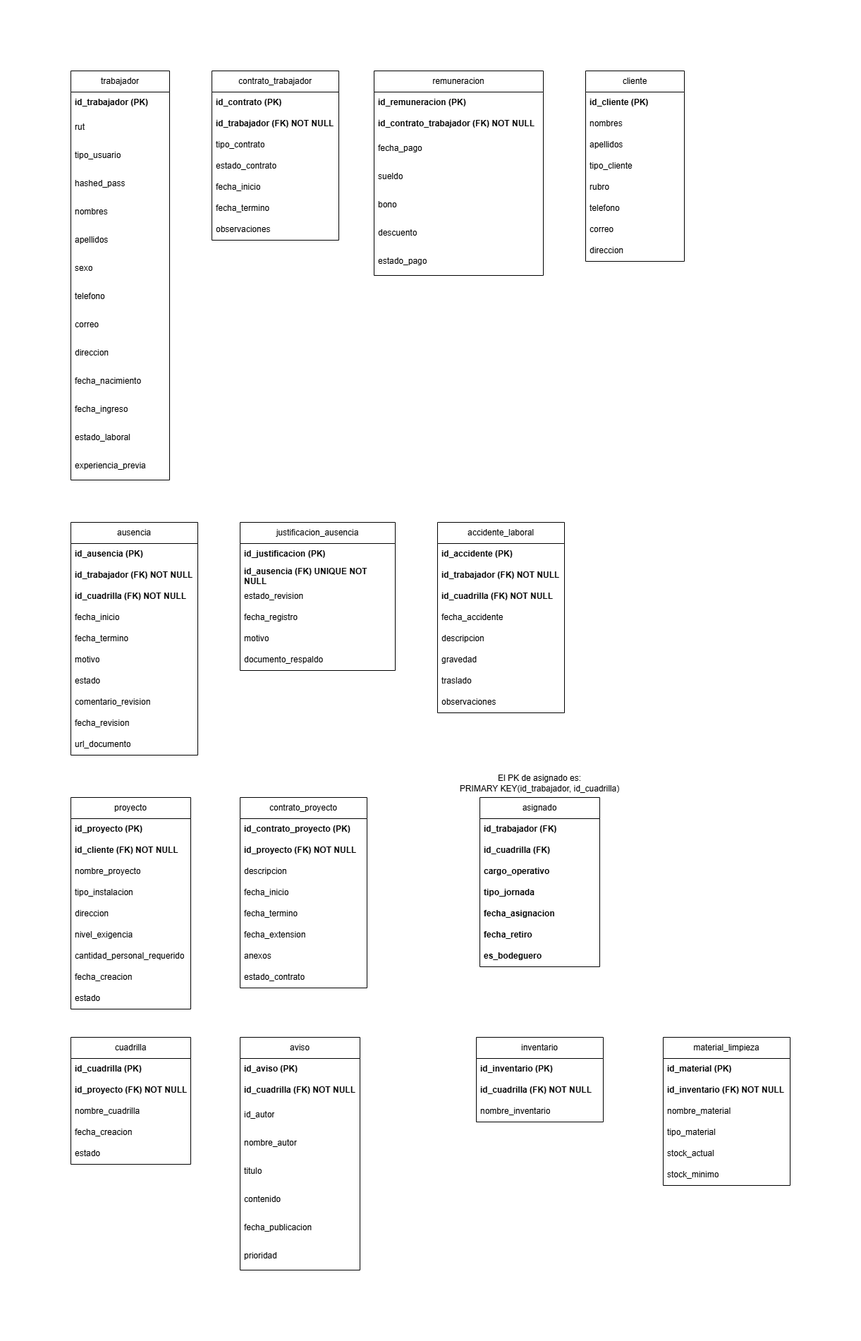
Earlier version of the draw.io export modelos/Modelo-Relacional.png (Pablo-Saave/Proyecto-Ingenieria-Software). Source tidied: cells renumbered, new cells last; positions are measured from the earlier drawing's top-left corner, leaving out a move shared by most shapes.
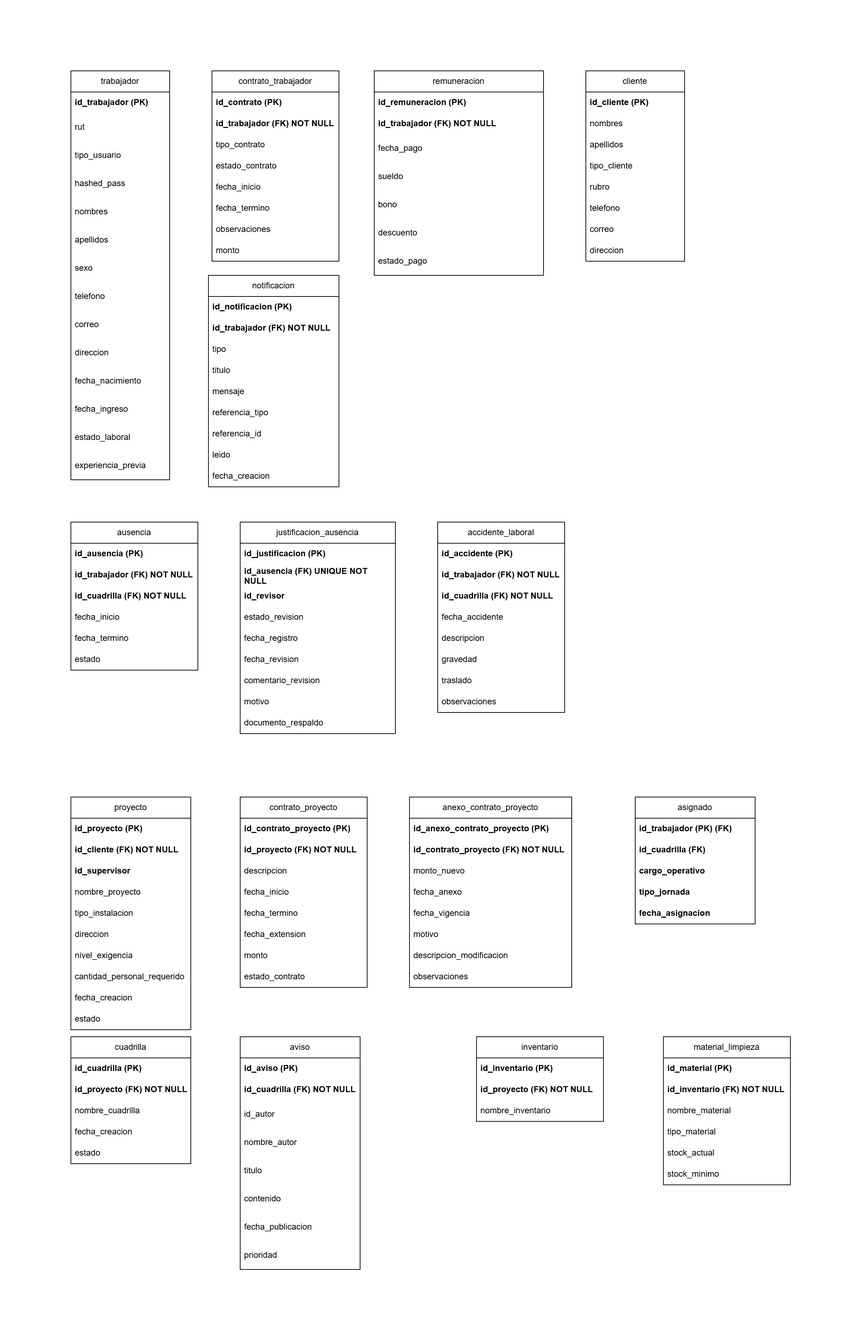
The same diagram one commit later.

What changed in the source:
```diff
@@ -50,3 +50,3 @@
     <mxCell id="17" value="contrato_trabajador" style="swimlane;fontStyle=0;horizontal=1;startSize=30;whiteSpace=wrap;html=1;" parent="1" vertex="1">
-      <mxGeometry x="200" width="180" height="240" as="geometry" />
+      <mxGeometry x="200" width="180" height="270" as="geometry" />
     </mxCell>
@@ -73,2 +73,5 @@
     </mxCell>
+    <mxCell id="123" value="monto" style="text;strokeColor=none;fillColor=none;align=left;verticalAlign=middle;spacingLeft=4;spacingRight=4;overflow=hidden;whiteSpace=wrap;html=1;" parent="17" vertex="1">
+      <mxGeometry y="240" width="180" height="30" as="geometry" />
+    </mxCell>
     <mxCell id="25" value="remuneracion" style="swimlane;fontStyle=0;horizontal=1;startSize=30;whiteSpace=wrap;html=1;" parent="1" vertex="1">
@@ -79,3 +82,3 @@
     </mxCell>
-    <mxCell id="27" value="id_contrato_trabajador (FK) NOT NULL" style="text;strokeColor=none;fillColor=none;align=left;verticalAlign=middle;spacingLeft=4;spacingRight=4;overflow=hidden;whiteSpace=wrap;html=1;fontStyle=1;" parent="25" vertex="1">
+    <mxCell id="27" value="id_trabajador (FK) NOT NULL" style="text;strokeColor=none;fillColor=none;align=left;verticalAlign=middle;spacingLeft=4;spacingRight=4;overflow=hidden;whiteSpace=wrap;html=1;fontStyle=1;" parent="25" vertex="1">
       <mxGeometry y="60" width="240" height="30" as="geometry" />
@@ -98,3 +101,3 @@
     <mxCell id="33" value="ausencia" style="swimlane;fontStyle=0;horizontal=1;startSize=30;whiteSpace=wrap;html=1;" parent="1" vertex="1">
-      <mxGeometry y="640" width="180" height="330" as="geometry" />
+      <mxGeometry y="640" width="180" height="210" as="geometry" />
     </mxCell>
@@ -115,19 +118,7 @@
     </mxCell>
-    <mxCell id="39" value="motivo" style="text;strokeColor=none;fillColor=none;align=left;verticalAlign=middle;spacingLeft=4;spacingRight=4;overflow=hidden;whiteSpace=wrap;html=1;" parent="33" vertex="1">
-      <mxGeometry y="180" width="180" height="30" as="geometry" />
-    </mxCell>
     <mxCell id="40" value="estado" style="text;strokeColor=none;fillColor=none;align=left;verticalAlign=middle;spacingLeft=4;spacingRight=4;overflow=hidden;whiteSpace=wrap;html=1;" parent="33" vertex="1">
-      <mxGeometry y="210" width="180" height="30" as="geometry" />
+      <mxGeometry y="180" width="180" height="30" as="geometry" />
     </mxCell>
-    <mxCell id="41" value="comentario_revision" style="text;strokeColor=none;fillColor=none;align=left;verticalAlign=middle;spacingLeft=4;spacingRight=4;overflow=hidden;whiteSpace=wrap;html=1;" parent="33" vertex="1">
-      <mxGeometry y="240" width="180" height="30" as="geometry" />
-    </mxCell>
-    <mxCell id="42" value="fecha_revision" style="text;strokeColor=none;fillColor=none;align=left;verticalAlign=middle;spacingLeft=4;spacingRight=4;overflow=hidden;whiteSpace=wrap;html=1;" parent="33" vertex="1">
-      <mxGeometry y="270" width="180" height="30" as="geometry" />
-    </mxCell>
-    <mxCell id="43" value="url_documento" style="text;strokeColor=none;fillColor=none;align=left;verticalAlign=middle;spacingLeft=4;spacingRight=4;overflow=hidden;whiteSpace=wrap;html=1;" parent="33" vertex="1">
-      <mxGeometry y="300" width="180" height="30" as="geometry" />
-    </mxCell>
     <mxCell id="44" value="justificacion_ausencia" style="swimlane;fontStyle=0;horizontal=1;startSize=30;whiteSpace=wrap;html=1;" parent="1" vertex="1">
-      <mxGeometry x="240" y="640" width="220" height="210" as="geometry" />
+      <mxGeometry x="240" y="640" width="220" height="300" as="geometry" />
     </mxCell>
@@ -139,13 +130,22 @@
     </mxCell>
+    <mxCell id="124" value="id_revisor" style="text;strokeColor=none;fillColor=none;align=left;verticalAlign=middle;spacingLeft=4;spacingRight=4;overflow=hidden;whiteSpace=wrap;html=1;fontStyle=1;" parent="44" vertex="1">
+      <mxGeometry y="90" width="220" height="30" as="geometry" />
+    </mxCell>
     <mxCell id="47" value="estado_revision" style="text;strokeColor=none;fillColor=none;align=left;verticalAlign=middle;spacingLeft=4;spacingRight=4;overflow=hidden;whiteSpace=wrap;html=1;" parent="44" vertex="1">
-      <mxGeometry y="90" width="220" height="30" as="geometry" />
+      <mxGeometry y="120" width="220" height="30" as="geometry" />
     </mxCell>
     <mxCell id="48" value="fecha_registro" style="text;strokeColor=none;fillColor=none;align=left;verticalAlign=middle;spacingLeft=4;spacingRight=4;overflow=hidden;whiteSpace=wrap;html=1;" parent="44" vertex="1">
-      <mxGeometry y="120" width="220" height="30" as="geometry" />
+      <mxGeometry y="150" width="220" height="30" as="geometry" />
     </mxCell>
+    <mxCell id="42" value="fecha_revision" style="text;strokeColor=none;fillColor=none;align=left;verticalAlign=middle;spacingLeft=4;spacingRight=4;overflow=hidden;whiteSpace=wrap;html=1;" parent="44" vertex="1">
+      <mxGeometry y="180" width="220" height="30" as="geometry" />
+    </mxCell>
+    <mxCell id="41" value="comentario_revision" style="text;strokeColor=none;fillColor=none;align=left;verticalAlign=middle;spacingLeft=4;spacingRight=4;overflow=hidden;whiteSpace=wrap;html=1;" parent="44" vertex="1">
+      <mxGeometry y="210" width="220" height="30" as="geometry" />
+    </mxCell>
     <mxCell id="49" value="motivo" style="text;strokeColor=none;fillColor=none;align=left;verticalAlign=middle;spacingLeft=4;spacingRight=4;overflow=hidden;whiteSpace=wrap;html=1;" parent="44" vertex="1">
-      <mxGeometry y="150" width="220" height="30" as="geometry" />
+      <mxGeometry y="240" width="220" height="30" as="geometry" />
     </mxCell>
     <mxCell id="50" value="documento_respaldo" style="text;strokeColor=none;fillColor=none;align=left;verticalAlign=middle;spacingLeft=4;spacingRight=4;overflow=hidden;whiteSpace=wrap;html=1;" parent="44" vertex="1">
-      <mxGeometry y="180" width="220" height="30" as="geometry" />
+      <mxGeometry y="270" width="220" height="30" as="geometry" />
     </mxCell>
@@ -179,3 +179,3 @@
     <mxCell id="60" value="proyecto" style="swimlane;fontStyle=0;horizontal=1;startSize=30;whiteSpace=wrap;html=1;" parent="1" vertex="1">
-      <mxGeometry y="1030" width="170" height="300" as="geometry" />
+      <mxGeometry y="1030" width="170" height="330" as="geometry" />
     </mxCell>
@@ -187,22 +187,25 @@
     </mxCell>
+    <mxCell id="125" value="id_supervisor" style="text;strokeColor=none;fillColor=none;align=left;verticalAlign=middle;spacingLeft=4;spacingRight=4;overflow=hidden;whiteSpace=wrap;html=1;fontStyle=1;" parent="60" vertex="1">
+      <mxGeometry y="90" width="170" height="30" as="geometry" />
+    </mxCell>
     <mxCell id="63" value="nombre_proyecto" style="text;strokeColor=none;fillColor=none;align=left;verticalAlign=middle;spacingLeft=4;spacingRight=4;overflow=hidden;whiteSpace=wrap;html=1;" parent="60" vertex="1">
-      <mxGeometry y="90" width="170" height="30" as="geometry" />
+      <mxGeometry y="120" width="170" height="30" as="geometry" />
     </mxCell>
     <mxCell id="64" value="tipo_instalacion" style="text;strokeColor=none;fillColor=none;align=left;verticalAlign=middle;spacingLeft=4;spacingRight=4;overflow=hidden;whiteSpace=wrap;html=1;" parent="60" vertex="1">
-      <mxGeometry y="120" width="170" height="30" as="geometry" />
+      <mxGeometry y="150" width="170" height="30" as="geometry" />
     </mxCell>
     <mxCell id="65" value="direccion" style="text;strokeColor=none;fillColor=none;align=left;verticalAlign=middle;spacingLeft=4;spacingRight=4;overflow=hidden;whiteSpace=wrap;html=1;" parent="60" vertex="1">
-      <mxGeometry y="150" width="170" height="30" as="geometry" />
+      <mxGeometry y="180" width="170" height="30" as="geometry" />
     </mxCell>
     <mxCell id="66" value="nivel_exigencia" style="text;strokeColor=none;fillColor=none;align=left;verticalAlign=middle;spacingLeft=4;spacingRight=4;overflow=hidden;whiteSpace=wrap;html=1;" parent="60" vertex="1">
-      <mxGeometry y="180" width="170" height="30" as="geometry" />
+      <mxGeometry y="210" width="170" height="30" as="geometry" />
     </mxCell>
     <mxCell id="67" value="cantidad_personal_requerido" style="text;strokeColor=none;fillColor=none;align=left;verticalAlign=middle;spacingLeft=4;spacingRight=4;overflow=hidden;whiteSpace=wrap;html=1;" parent="60" vertex="1">
-      <mxGeometry y="210" width="170" height="30" as="geometry" />
+      <mxGeometry y="240" width="170" height="30" as="geometry" />
     </mxCell>
     <mxCell id="68" value="fecha_creacion" style="text;strokeColor=none;fillColor=none;align=left;verticalAlign=middle;spacingLeft=4;spacingRight=4;overflow=hidden;whiteSpace=wrap;html=1;" parent="60" vertex="1">
-      <mxGeometry y="240" width="170" height="30" as="geometry" />
+      <mxGeometry y="270" width="170" height="30" as="geometry" />
     </mxCell>
     <mxCell id="69" value="estado" style="text;strokeColor=none;fillColor=none;align=left;verticalAlign=middle;spacingLeft=4;spacingRight=4;overflow=hidden;whiteSpace=wrap;html=1;" parent="60" vertex="1">
-      <mxGeometry y="270" width="170" height="30" as="geometry" />
+      <mxGeometry y="300" width="170" height="30" as="geometry" />
     </mxCell>
@@ -229,3 +232,3 @@
     </mxCell>
-    <mxCell id="77" value="anexos" style="text;strokeColor=none;fillColor=none;align=left;verticalAlign=middle;spacingLeft=4;spacingRight=4;overflow=hidden;whiteSpace=wrap;html=1;" parent="70" vertex="1">
+    <mxCell id="77" value="monto" style="text;strokeColor=none;fillColor=none;align=left;verticalAlign=middle;spacingLeft=4;spacingRight=4;overflow=hidden;whiteSpace=wrap;html=1;" parent="70" vertex="1">
       <mxGeometry y="210" width="180" height="30" as="geometry" />
@@ -281,5 +284,5 @@
     <mxCell id="94" value="asignado" style="swimlane;fontStyle=0;horizontal=1;startSize=30;whiteSpace=wrap;html=1;" parent="1" vertex="1">
-      <mxGeometry x="580" y="1030" width="170" height="240" as="geometry" />
+      <mxGeometry x="800" y="1030" width="170" height="180" as="geometry" />
     </mxCell>
-    <mxCell id="95" value="id_trabajador (FK)" style="text;strokeColor=none;fillColor=none;align=left;verticalAlign=middle;spacingLeft=4;spacingRight=4;overflow=hidden;whiteSpace=wrap;html=1;fontStyle=1;" parent="94" vertex="1">
+    <mxCell id="95" value="id_trabajador (PK) (FK)" style="text;strokeColor=none;fillColor=none;align=left;verticalAlign=middle;spacingLeft=4;spacingRight=4;overflow=hidden;whiteSpace=wrap;html=1;fontStyle=1;" parent="94" vertex="1">
       <mxGeometry y="30" width="170" height="30" as="geometry" />
@@ -298,11 +301,2 @@
     </mxCell>
-    <mxCell id="100" value="fecha_retiro" style="text;strokeColor=none;fillColor=none;align=left;verticalAlign=middle;spacingLeft=4;spacingRight=4;overflow=hidden;whiteSpace=wrap;html=1;fontStyle=1;" parent="94" vertex="1">
-      <mxGeometry y="180" width="170" height="30" as="geometry" />
-    </mxCell>
-    <mxCell id="101" value="es_bodeguero" style="text;strokeColor=none;fillColor=none;align=left;verticalAlign=middle;spacingLeft=4;spacingRight=4;overflow=hidden;whiteSpace=wrap;html=1;fontStyle=1;" parent="94" vertex="1">
-      <mxGeometry y="210" width="170" height="30" as="geometry" />
-    </mxCell>
-    <mxCell id="102" value="El PK de asignado es:&lt;div&gt;&lt;span class=&quot;ͼg&quot;&gt;PRIMARY&lt;/span&gt; &lt;span class=&quot;ͼg&quot;&gt;KEY&lt;/span&gt;(id_trabajador, id_cuadrilla)&lt;/div&gt;" style="text;html=1;whiteSpace=wrap;strokeColor=none;fillColor=none;align=center;verticalAlign=middle;rounded=0;" parent="1" vertex="1">
-      <mxGeometry x="495" y="980" width="340" height="60" as="geometry" />
-    </mxCell>
     <mxCell id="103" value="inventario" style="swimlane;fontStyle=0;horizontal=1;startSize=30;whiteSpace=wrap;html=1;" parent="1" vertex="1">
@@ -313,3 +307,3 @@
     </mxCell>
-    <mxCell id="105" value="id_cuadrilla (FK) NOT NULL" style="text;strokeColor=none;fillColor=none;align=left;verticalAlign=middle;spacingLeft=4;spacingRight=4;overflow=hidden;whiteSpace=wrap;html=1;fontStyle=1;" parent="103" vertex="1">
+    <mxCell id="105" value="id_proyecto (FK) NOT NULL" style="text;strokeColor=none;fillColor=none;align=left;verticalAlign=middle;spacingLeft=4;spacingRight=4;overflow=hidden;whiteSpace=wrap;html=1;fontStyle=1;" parent="103" vertex="1">
       <mxGeometry y="60" width="180" height="30" as="geometry" />
@@ -367,2 +361,59 @@
     </mxCell>
+    <mxCell id="126" value="notificacion" style="swimlane;fontStyle=0;horizontal=1;startSize=30;whiteSpace=wrap;html=1;" parent="1" vertex="1">
+      <mxGeometry x="195" y="290" width="185" height="300" as="geometry" />
+    </mxCell>
+    <mxCell id="127" value="id_notificacion (PK)" style="text;strokeColor=none;fillColor=none;align=left;verticalAlign=middle;spacingLeft=4;spacingRight=4;overflow=hidden;whiteSpace=wrap;html=1;fontStyle=1;" parent="126" vertex="1">
+      <mxGeometry y="30" width="185" height="30" as="geometry" />
+    </mxCell>
+    <mxCell id="128" value="id_trabajador (FK) NOT NULL" style="text;strokeColor=none;fillColor=none;align=left;verticalAlign=middle;spacingLeft=4;spacingRight=4;overflow=hidden;whiteSpace=wrap;html=1;fontStyle=1;" parent="126" vertex="1">
+      <mxGeometry y="60" width="185" height="30" as="geometry" />
+    </mxCell>
+    <mxCell id="129" value="tipo" style="text;strokeColor=none;fillColor=none;align=left;verticalAlign=middle;spacingLeft=4;spacingRight=4;overflow=hidden;whiteSpace=wrap;html=1;" parent="126" vertex="1">
+      <mxGeometry y="90" width="185" height="30" as="geometry" />
+    </mxCell>
+    <mxCell id="130" value="titulo" style="text;strokeColor=none;fillColor=none;align=left;verticalAlign=middle;spacingLeft=4;spacingRight=4;overflow=hidden;whiteSpace=wrap;html=1;" parent="126" vertex="1">
+      <mxGeometry y="120" width="185" height="30" as="geometry" />
+    </mxCell>
+    <mxCell id="131" value="mensaje" style="text;strokeColor=none;fillColor=none;align=left;verticalAlign=middle;spacingLeft=4;spacingRight=4;overflow=hidden;whiteSpace=wrap;html=1;" parent="126" vertex="1">
+      <mxGeometry y="150" width="185" height="30" as="geometry" />
+    </mxCell>
+    <mxCell id="132" value="referencia_tipo" style="text;strokeColor=none;fillColor=none;align=left;verticalAlign=middle;spacingLeft=4;spacingRight=4;overflow=hidden;whiteSpace=wrap;html=1;" parent="126" vertex="1">
+      <mxGeometry y="180" width="185" height="30" as="geometry" />
+    </mxCell>
+    <mxCell id="133" value="referencia_id" style="text;strokeColor=none;fillColor=none;align=left;verticalAlign=middle;spacingLeft=4;spacingRight=4;overflow=hidden;whiteSpace=wrap;html=1;" parent="126" vertex="1">
+      <mxGeometry y="210" width="185" height="30" as="geometry" />
+    </mxCell>
+    <mxCell id="134" value="leido" style="text;strokeColor=none;fillColor=none;align=left;verticalAlign=middle;spacingLeft=4;spacingRight=4;overflow=hidden;whiteSpace=wrap;html=1;" parent="126" vertex="1">
+      <mxGeometry y="240" width="185" height="30" as="geometry" />
+    </mxCell>
+    <mxCell id="135" value="fecha_creacion" style="text;strokeColor=none;fillColor=none;align=left;verticalAlign=middle;spacingLeft=4;spacingRight=4;overflow=hidden;whiteSpace=wrap;html=1;" parent="126" vertex="1">
+      <mxGeometry y="270" width="185" height="30" as="geometry" />
+    </mxCell>
+    <mxCell id="136" value="anexo_contrato_proyecto" style="swimlane;fontStyle=0;horizontal=1;startSize=30;whiteSpace=wrap;html=1;" parent="1" vertex="1">
+      <mxGeometry x="480" y="1030" width="230" height="270" as="geometry" />
+    </mxCell>
+    <mxCell id="137" value="id_anexo_contrato_proyecto (PK)" style="text;strokeColor=none;fillColor=none;align=left;verticalAlign=middle;spacingLeft=4;spacingRight=4;overflow=hidden;whiteSpace=wrap;html=1;fontStyle=1;" parent="136" vertex="1">
+      <mxGeometry y="30" width="230" height="30" as="geometry" />
+    </mxCell>
+    <mxCell id="138" value="id_contrato_proyecto (FK) NOT NULL" style="text;strokeColor=none;fillColor=none;align=left;verticalAlign=middle;spacingLeft=4;spacingRight=4;overflow=hidden;whiteSpace=wrap;html=1;fontStyle=1;" parent="136" vertex="1">
+      <mxGeometry y="60" width="230" height="30" as="geometry" />
+    </mxCell>
+    <mxCell id="139" value="monto_nuevo" style="text;strokeColor=none;fillColor=none;align=left;verticalAlign=middle;spacingLeft=4;spacingRight=4;overflow=hidden;whiteSpace=wrap;html=1;" parent="136" vertex="1">
+      <mxGeometry y="90" width="230" height="30" as="geometry" />
+    </mxCell>
+    <mxCell id="140" value="fecha_anexo" style="text;strokeColor=none;fillColor=none;align=left;verticalAlign=middle;spacingLeft=4;spacingRight=4;overflow=hidden;whiteSpace=wrap;html=1;" parent="136" vertex="1">
+      <mxGeometry y="120" width="230" height="30" as="geometry" />
+    </mxCell>
+    <mxCell id="141" value="fecha_vigencia" style="text;strokeColor=none;fillColor=none;align=left;verticalAlign=middle;spacingLeft=4;spacingRight=4;overflow=hidden;whiteSpace=wrap;html=1;" parent="136" vertex="1">
+      <mxGeometry y="150" width="230" height="30" as="geometry" />
+    </mxCell>
+    <mxCell id="39" value="motivo" style="text;strokeColor=none;fillColor=none;align=left;verticalAlign=middle;spacingLeft=4;spacingRight=4;overflow=hidden;whiteSpace=wrap;html=1;" parent="136" vertex="1">
+      <mxGeometry y="180" width="230" height="30" as="geometry" />
+    </mxCell>
+    <mxCell id="142" value="descripcion_modificacion" style="text;strokeColor=none;fillColor=none;align=left;verticalAlign=middle;spacingLeft=4;spacingRight=4;overflow=hidden;whiteSpace=wrap;html=1;" parent="136" vertex="1">
+      <mxGeometry y="210" width="230" height="30" as="geometry" />
+    </mxCell>
+    <mxCell id="143" value="observaciones" style="text;strokeColor=none;fillColor=none;align=left;verticalAlign=middle;spacingLeft=4;spacingRight=4;overflow=hidden;whiteSpace=wrap;html=1;" parent="136" vertex="1">
+      <mxGeometry y="240" width="230" height="30" as="geometry" />
+    </mxCell>
   </root>
```
